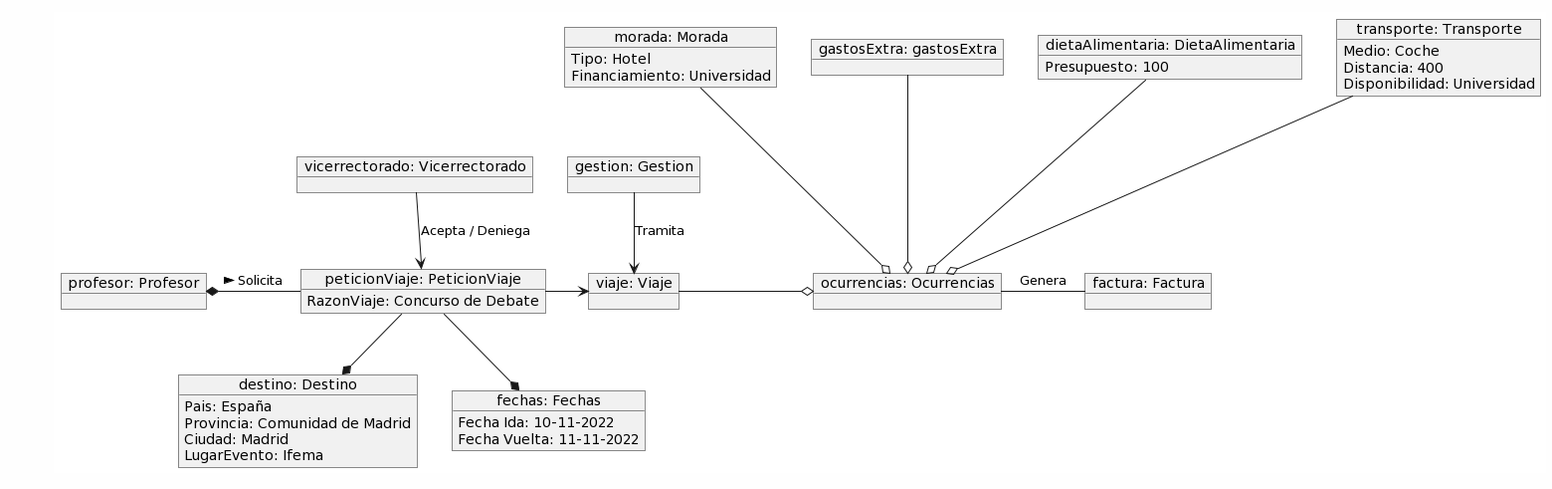
Above: 000-entregas/Grupo3/objetos/DiagramaObjetos.png in mmasias/IdSw1-22-23 (PlantUML), before the change. Its source is kept beside it as 000-entregas/Grupo3/objetos/DiagramaObjetos.puml. The source it was exported from:
```plantuml
@startuml
object "viaje: Viaje" as viaje {
}
object "ocurrencias: Ocurrencias" as ocurrencias{
}
object "factura: Factura" as factura{
}
object "dietaAlimentaria: DietaAlimentaria" as dietaAlimentaria{
         Presupuesto: 100
}
object "transporte: Transporte" as transporte{
	Medio: Coche
	Distancia: 400
	Disponibilidad: Universidad
}
object "morada: Morada" as morada{
	Tipo: Hotel
	Financiamiento: Universidad
}
object "gastosExtra: gastosExtra" as gastosExtra{
}
object "gestion: Gestion" as gestion{
}
object "peticionViaje: PeticionViaje" as peticionViaje{
        RazonViaje: Concurso de Debate
}
object "destino: Destino" as destino{
        Pais: España
        Provincia: Comunidad de Madrid
        Ciudad: Madrid
        LugarEvento: Ifema
}
object "fechas: Fechas" as fechas{
        Fecha Ida: 10-11-2022
        Fecha Vuelta: 11-11-2022
}
object "profesor: Profesor" as profesor{
}
object "vicerrectorado: Vicerrectorado" as vicerrectorado{
}
vicerrectorado --> peticionViaje : Acepta / Deniega
viaje -o ocurrencias
ocurrencias - factura : Genera
dietaAlimentaria ---o ocurrencias
transporte ---o ocurrencias
morada ---o ocurrencias
gastosExtra ---o ocurrencias
gestion --> viaje : Tramita
peticionViaje -> viaje
peticionViaje --* destino
peticionViaje --* fechas
profesor *- peticionViaje : Solicita >
@enduml
```
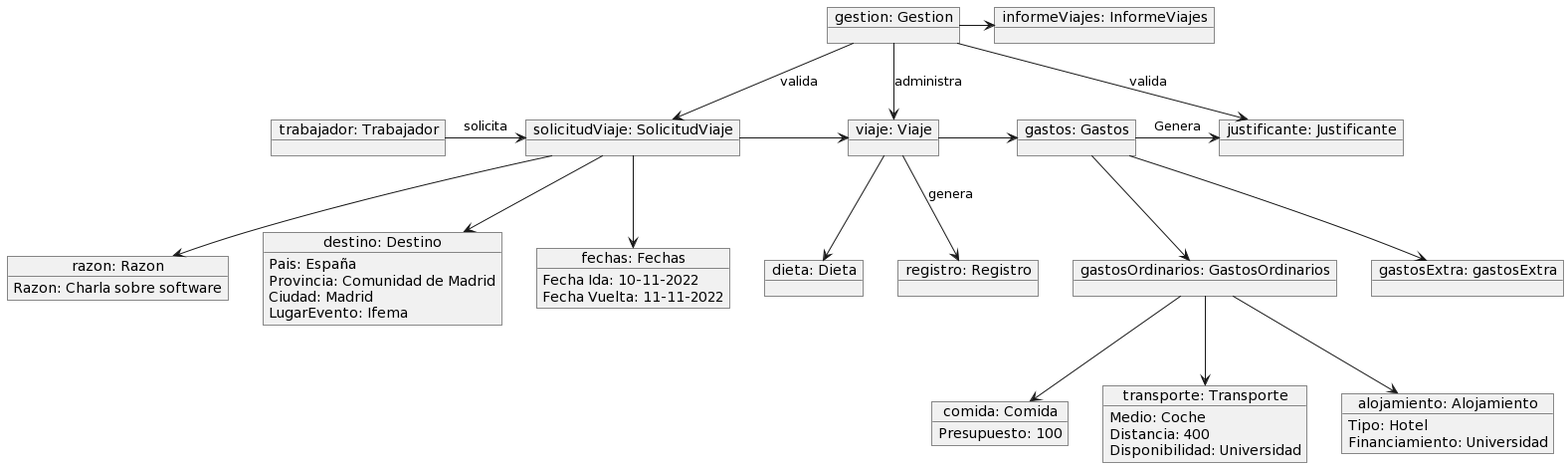
After the change.

Diff of the diagram source:
```diff
@@ -1,11 +1,9 @@
 @startuml
 object "viaje: Viaje" as viaje {
 }
-object "ocurrencias: Ocurrencias" as ocurrencias{
+object "gastos: Gastos" as gastos{
 }
-object "factura: Factura" as factura{
-}
-object "dietaAlimentaria: DietaAlimentaria" as dietaAlimentaria{
+object "comida: Comida" as comida{
          Presupuesto: 100
 }
 object "transporte: Transporte" as transporte{
@@ -13,16 +11,21 @@
 	Distancia: 400
 	Disponibilidad: Universidad
 }
-object "morada: Morada" as morada{
+object "alojamiento: Alojamiento" as alojamiento{
 	Tipo: Hotel
 	Financiamiento: Universidad
 }
 object "gastosExtra: gastosExtra" as gastosExtra{
 }
+object "justificante: Justificante" as justificante{
+}
 object "gestion: Gestion" as gestion{
 }
-object "peticionViaje: PeticionViaje" as peticionViaje{
-        RazonViaje: Concurso de Debate
+object "informeViajes: InformeViajes" as informeViajes{
+}
+object "solicitudViaje: SolicitudViaje" as solicitudViaje{
+}
+object "gastosOrdinarios: GastosOrdinarios" as gastosOrdinarios{
 }
 object "destino: Destino" as destino{
         Pais: España
@@ -34,20 +37,31 @@
         Fecha Ida: 10-11-2022
         Fecha Vuelta: 11-11-2022
 }
-object "profesor: Profesor" as profesor{
+object "razon: Razon" as razon{
+        Razon: Charla sobre software
 }
-object "vicerrectorado: Vicerrectorado" as vicerrectorado{
+object "trabajador: Trabajador" as trabajador{
 }
-vicerrectorado --> peticionViaje : Acepta / Deniega
-viaje -o ocurrencias
-ocurrencias - factura : Genera
-dietaAlimentaria ---o ocurrencias
-transporte ---o ocurrencias
-morada ---o ocurrencias
-gastosExtra ---o ocurrencias
-gestion --> viaje : Tramita
-peticionViaje -> viaje
-peticionViaje --* destino
-peticionViaje --* fechas
-profesor *- peticionViaje : Solicita >
+object "registro: Registro" as registro{
+}
+object "dieta: Dieta" as dieta{
+}
+gestion--> solicitudViaje : valida
+viaje -> gastos
+gastos -> justificante: Genera
+gastos --> gastosExtra
+gestion -> informeViajes
+gestion --> justificante : valida
+gastos --> gastosOrdinarios
+gastosOrdinarios --> comida
+gastosOrdinarios --> transporte
+gastosOrdinarios --> alojamiento
+solicitudViaje -> viaje
+solicitudViaje --> destino
+solicitudViaje --> fechas
+solicitudViaje --> razon
+viaje --> dieta
+viaje --> registro : genera
+trabajador -> solicitudViaje : solicita
+gestion --> viaje : administra
 @enduml
```
